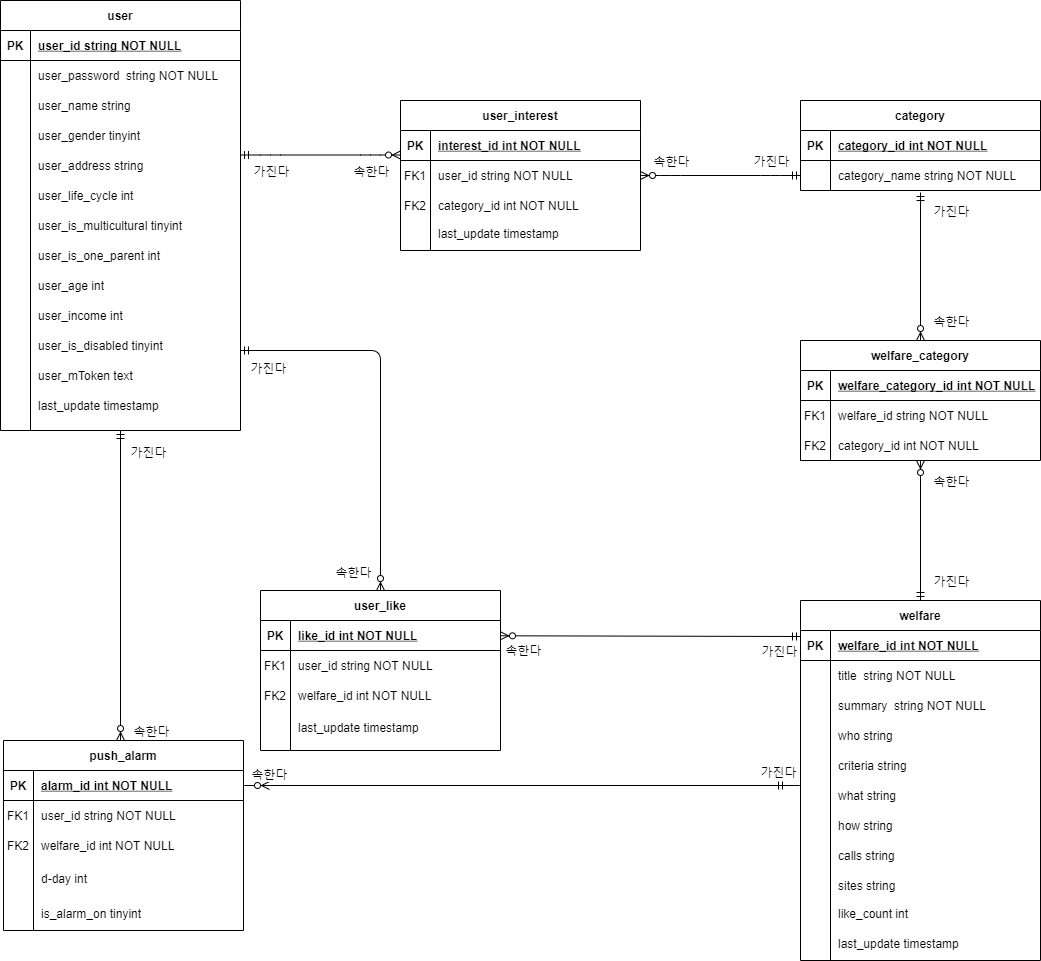
21WelfareForEveryone/Welfare-For-Everyone-DataAI keeps this draw.io diagram as DB/211002_DB ER Diagram.png. Above is the earlier version. Source tidied: cells renumbered, new cells last; positions are measured from the earlier drawing's top-left corner, leaving out a move shared by most shapes.
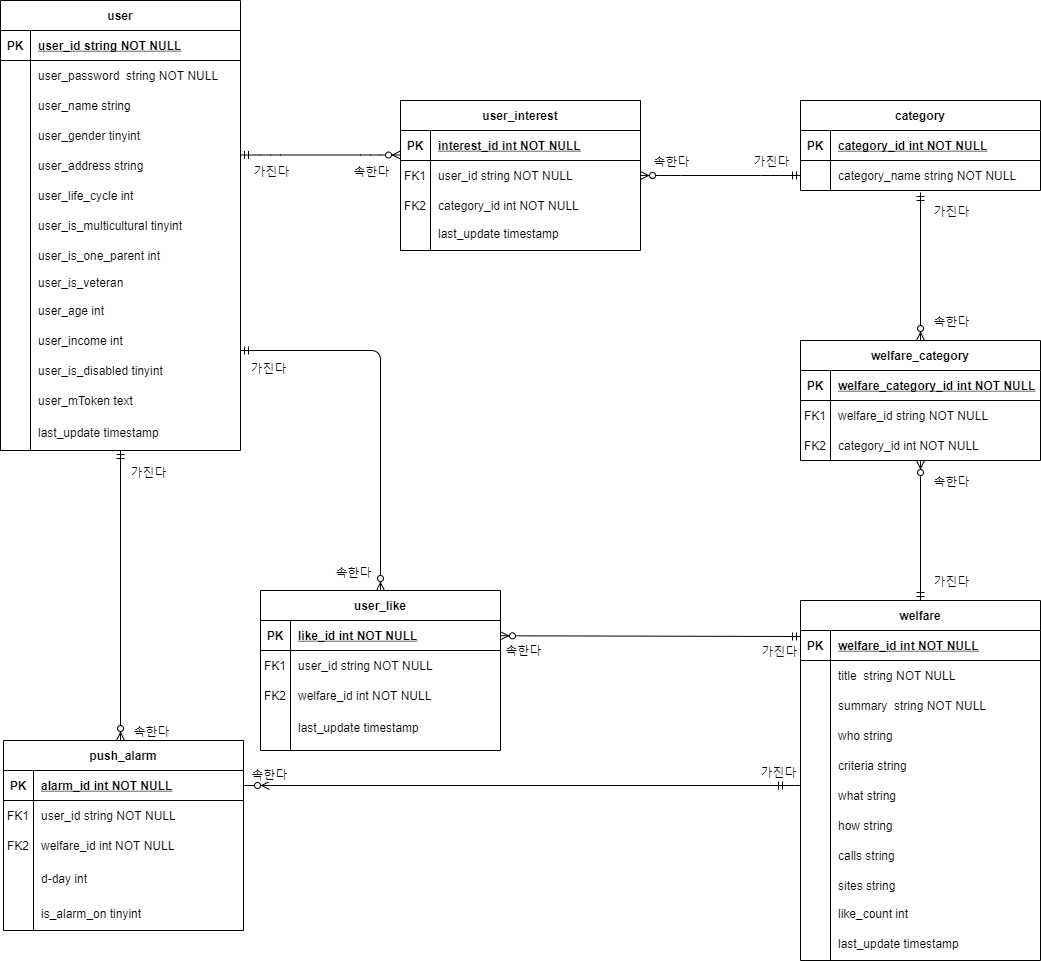
The same diagram one commit later.

Diff of the diagram source:
```diff
@@ -24,7 +24,7 @@
       <mxGeometry x="30" width="210" height="30" as="geometry" />
     </mxCell>
     <mxCell id="9" value="user" style="shape=table;startSize=30;rowLines=0;fontStyle=1;align=center;" parent="1" vertex="1">
-      <mxGeometry width="240" height="430" as="geometry" />
+      <mxGeometry width="240" height="450" as="geometry" />
     </mxCell>
     <mxCell id="10" style="shape=partialRectangle;fillColor=none;top=0;left=0;right=0;bottom=1;" parent="9" vertex="1">
       <mxGeometry y="30" width="240" height="30" as="geometry" />
@@ -181,10 +181,10 @@
       <mxGeometry x="30" y="240" width="210" height="30" as="geometry" />
     </mxCell>
     <mxCell id="54" value="user_age int" style="shape=partialRectangle;overflow=hidden;fillColor=none;top=0;left=0;bottom=0;right=0;align=left;spacingLeft=6;" parent="1" vertex="1">
-      <mxGeometry x="30" y="270" width="210" height="30" as="geometry" />
+      <mxGeometry x="30" y="295" width="210" height="30" as="geometry" />
     </mxCell>
     <mxCell id="55" value="last_update timestamp" style="shape=partialRectangle;overflow=hidden;fillColor=none;top=0;left=0;bottom=0;right=0;align=left;spacingLeft=6;" parent="1" vertex="1">
-      <mxGeometry x="30" y="390" width="210" height="30" as="geometry" />
+      <mxGeometry x="30" y="417" width="210" height="30" as="geometry" />
     </mxCell>
     <mxCell id="56" value="who string" style="shape=partialRectangle;overflow=hidden;fillColor=none;top=0;left=0;bottom=0;right=0;align=left;spacingLeft=6;" parent="1" vertex="1">
       <mxGeometry x="830" y="720" width="210" height="30" as="geometry" />
@@ -209,12 +209,12 @@
     </mxCell>
     <mxCell id="63" style="fontSize=12;html=1;endArrow=ERzeroToMany;startArrow=ERmandOne;entryX=0.5;entryY=0;entryDx=0;entryDy=0;" parent="1" edge="1">
       <mxGeometry relative="1" as="geometry">
-        <mxPoint x="120" y="430" as="sourcePoint" />
+        <mxPoint x="120" y="450" as="sourcePoint" />
         <mxPoint x="120" y="740" as="targetPoint" />
       </mxGeometry>
     </mxCell>
     <mxCell id="64" value="가진다" style="edgeLabel;html=1;align=center;verticalAlign=middle;fontSize=12;" parent="1" vertex="1">
-      <mxGeometry x="150" y="480" as="geometry">
+      <mxGeometry x="150" y="500" as="geometry">
         <mxPoint x="-3" y="-29" as="offset" />
       </mxGeometry>
     </mxCell>
@@ -268,10 +268,10 @@
       <mxGeometry x="30" width="210" height="30" as="geometry" />
     </mxCell>
     <mxCell id="79" value="user_is_disabled tinyint" style="shape=partialRectangle;overflow=hidden;fillColor=none;top=0;left=0;bottom=0;right=0;align=left;spacingLeft=6;" parent="1" vertex="1">
-      <mxGeometry x="30" y="330" width="210" height="30" as="geometry" />
+      <mxGeometry x="30" y="355" width="210" height="30" as="geometry" />
     </mxCell>
     <mxCell id="80" value="user_mToken text" style="shape=partialRectangle;overflow=hidden;fillColor=none;top=0;left=0;bottom=0;right=0;align=left;spacingLeft=6;" parent="1" vertex="1">
-      <mxGeometry x="30" y="360" width="210" height="30" as="geometry" />
+      <mxGeometry x="30" y="385" width="210" height="30" as="geometry" />
     </mxCell>
     <mxCell id="81" value="user_like" style="shape=table;startSize=30;rowLines=0;fontStyle=1;align=center;" parent="1" vertex="1">
       <mxGeometry x="260" y="590" width="240" height="160" as="geometry" />
@@ -409,7 +409,10 @@
       <mxGeometry x="33" y="893" width="210" height="40" as="geometry" />
     </mxCell>
     <mxCell id="122" value="user_income int" style="shape=partialRectangle;overflow=hidden;fillColor=none;top=0;left=0;bottom=0;right=0;align=left;spacingLeft=6;" parent="1" vertex="1">
-      <mxGeometry x="30" y="300" width="210" height="30" as="geometry" />
+      <mxGeometry x="30" y="325" width="210" height="30" as="geometry" />
     </mxCell>
+    <mxCell id="123" value="user_is_veteran" style="shape=partialRectangle;overflow=hidden;fillColor=none;top=0;left=0;bottom=0;right=0;align=left;spacingLeft=6;" parent="1" vertex="1">
+      <mxGeometry x="30" y="267" width="210" height="30" as="geometry" />
+    </mxCell>
   </root>
 </mxGraphModel>
```
